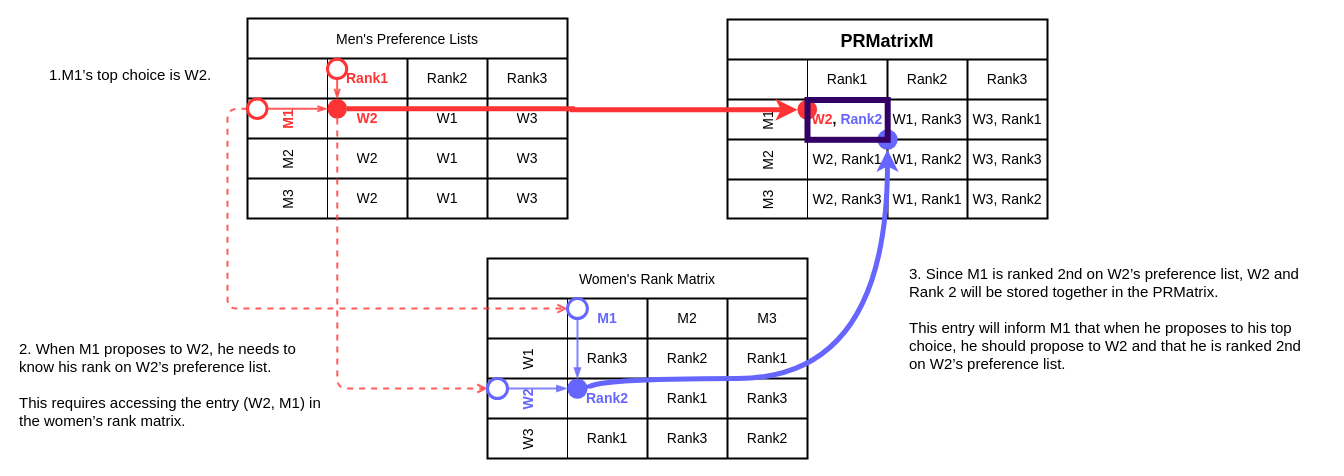
The draw.io diagram PRMatrix.drawio in victorliu-sq/BambooSMP-Figures, before the edit. Source tidied: cells renumbered, new cells numbered last; positions are measured from the earlier drawing's top-left corner, leaving out a move shared by most shapes. Both pictures are drawn from the tidied source at 100%, with x=0, y=0 at pixel (17, 18).
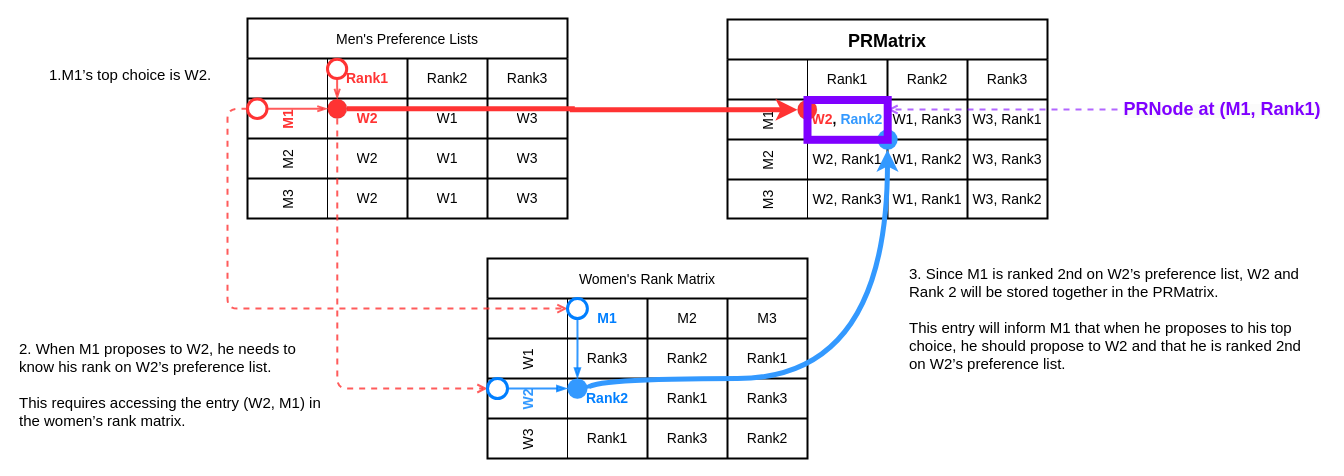
The same page after the edit.

The change refers to these unchanged cells:
```xml
<mxCell id="19" value="Women's Rank Matrix" style="shape=table;startSize=40;childLayout=tableLayout;resizeLastRow=0;fontStyle=0;fontSize=14;strokeWidth=2;" parent="1" vertex="1">
  <mxGeometry x="470" y="240" width="320" height="200" as="geometry" />
</mxCell>
<mxCell id="20" style="shape=tableRow;horizontal=0;startSize=80;swimlaneHead=0;swimlaneBody=0;strokeColor=inherit;top=0;left=0;bottom=0;right=0;fillColor=none;fontSize=14;" parent="19" vertex="1">
  <mxGeometry y="40" width="320" height="40" as="geometry" />
</mxCell>
<mxCell id="41" value="M1" style="shape=tableRow;horizontal=0;startSize=80;swimlaneHead=0;swimlaneBody=0;strokeColor=inherit;top=0;left=0;bottom=0;right=0;fillColor=none;fontSize=14;" parent="36" vertex="1">
  <mxGeometry y="80" width="320" height="40" as="geometry" />
</mxCell>
```

What changed in the source:
```diff
@@
-    <mxCell id="21" value="&lt;b&gt;&lt;font color=&quot;#6666ff&quot;&gt;M1&lt;/font&gt;&lt;/b&gt;" style="shape=partialRectangle;html=1;whiteSpace=wrap;strokeColor=inherit;overflow=hidden;fillColor=none;top=0;left=0;bottom=0;right=0;fontSize=14;" parent="20" vertex="1">
+    <mxCell id="21" value="&lt;b&gt;&lt;font color=&quot;#007fff&quot;&gt;M1&lt;/font&gt;&lt;/b&gt;" style="shape=partialRectangle;html=1;whiteSpace=wrap;strokeColor=inherit;overflow=hidden;fillColor=none;top=0;left=0;bottom=0;right=0;fontSize=14;" parent="20" vertex="1">
       <mxGeometry x="80" width="80" height="40" as="geometry" />
     </mxCell>
@@
-    <mxCell id="28" value="W2" style="shape=tableRow;horizontal=0;startSize=80;swimlaneHead=0;swimlaneBody=0;strokeColor=inherit;top=0;left=0;bottom=0;right=0;fillColor=none;fontSize=14;fontStyle=1;fontColor=#6666FF;" parent="19" vertex="1">
+    <mxCell id="28" value="W2" style="shape=tableRow;horizontal=0;startSize=80;swimlaneHead=0;swimlaneBody=0;strokeColor=inherit;top=0;left=0;bottom=0;right=0;fillColor=none;fontSize=14;fontStyle=1;fontColor=#3399FF;" parent="19" vertex="1">
       <mxGeometry y="120" width="320" height="40" as="geometry" />
     </mxCell>
-    <mxCell id="29" value="&lt;b&gt;&lt;font color=&quot;#6666ff&quot;&gt;Rank2&lt;/font&gt;&lt;/b&gt;" style="shape=partialRectangle;html=1;whiteSpace=wrap;strokeColor=inherit;overflow=hidden;fillColor=none;top=0;left=0;bottom=0;right=0;fontSize=14;" parent="28" vertex="1">
+    <mxCell id="29" value="&lt;b&gt;&lt;font color=&quot;#007fff&quot;&gt;Rank2&lt;/font&gt;&lt;/b&gt;" style="shape=partialRectangle;html=1;whiteSpace=wrap;strokeColor=inherit;overflow=hidden;fillColor=none;top=0;left=0;bottom=0;right=0;fontSize=14;" parent="28" vertex="1">
       <mxGeometry x="80" width="80" height="40" as="geometry" />
     </mxCell>
@@
-    <mxCell id="36" value="PRMatrixM" style="shape=table;startSize=40;childLayout=tableLayout;resizeLastRow=0;fontStyle=1;fontSize=18;strokeWidth=2;" parent="1" vertex="1">
+    <mxCell id="36" value="PRMatrix" style="shape=table;startSize=40;childLayout=tableLayout;resizeLastRow=0;fontStyle=1;fontSize=18;strokeWidth=2;" parent="1" vertex="1">
       <mxGeometry x="710" y="1" width="320" height="199" as="geometry" />
     </mxCell>
@@
-    <mxCell id="42" value="&lt;b&gt;&lt;font color=&quot;#ff3333&quot;&gt;W2&lt;/font&gt;,&lt;font color=&quot;#6600cc&quot;&gt; &lt;/font&gt;&lt;font color=&quot;#6666ff&quot;&gt;Rank2&lt;/font&gt;&lt;/b&gt;" style="shape=partialRectangle;html=1;whiteSpace=wrap;overflow=hidden;top=0;left=0;bottom=0;right=0;strokeColor=default;fillColor=none;fontSize=14;" parent="41" vertex="1">
+    <mxCell id="42" value="&lt;b&gt;&lt;font color=&quot;#ff3333&quot;&gt;W2&lt;/font&gt;,&lt;font color=&quot;#6600cc&quot;&gt; &lt;/font&gt;&lt;font color=&quot;#3399ff&quot;&gt;Rank2&lt;/font&gt;&lt;/b&gt;" style="shape=partialRectangle;html=1;whiteSpace=wrap;overflow=hidden;top=0;left=0;bottom=0;right=0;strokeColor=default;fillColor=none;fontSize=14;" parent="41" vertex="1">
       <mxGeometry x="80" width="80" height="40" as="geometry" />
     </mxCell>
@@
-    <mxCell id="61" style="edgeStyle=orthogonalEdgeStyle;rounded=0;jettySize=auto;html=1;exitX=0.5;exitY=1;exitDx=0;exitDy=0;entryX=0.5;entryY=0;entryDx=0;entryDy=0;strokeColor=#6666FF;strokeWidth=2;endArrow=blockThin;endFill=1;opacity=80;fontSize=14;" parent="1" edge="1" source="62" target="66">
+    <mxCell id="61" style="edgeStyle=orthogonalEdgeStyle;rounded=0;jettySize=auto;html=1;exitX=0.5;exitY=1;exitDx=0;exitDy=0;entryX=0.5;entryY=0;entryDx=0;entryDy=0;strokeColor=#007FFF;strokeWidth=2;endArrow=blockThin;endFill=1;opacity=80;fontSize=14;" parent="1" edge="1" source="62" target="66">
       <mxGeometry relative="1" as="geometry" />
     </mxCell>
-    <mxCell id="62" style="ellipse;whiteSpace=wrap;html=1;gradientColor=none;strokeWidth=3;fillColor=#FFFFFF;strokeColor=#6666FF;fontSize=14;" parent="1" vertex="1">
+    <mxCell id="62" style="ellipse;whiteSpace=wrap;html=1;gradientColor=none;strokeWidth=3;fillColor=#FFFFFF;strokeColor=#007FFF;fontSize=14;" parent="1" vertex="1">
       <mxGeometry x="550" y="280.1" width="19.9" height="19.9" as="geometry" />
     </mxCell>
-    <mxCell id="63" style="edgeStyle=orthogonalEdgeStyle;rounded=0;jettySize=auto;html=1;exitX=1;exitY=0.5;exitDx=0;exitDy=0;entryX=0;entryY=0.5;entryDx=0;entryDy=0;strokeColor=#6666FF;strokeWidth=2;endArrow=blockThin;endFill=1;opacity=80;fontSize=14;" parent="1" edge="1" source="64" target="66">
+    <mxCell id="63" style="edgeStyle=orthogonalEdgeStyle;rounded=0;jettySize=auto;html=1;exitX=1;exitY=0.5;exitDx=0;exitDy=0;entryX=0;entryY=0.5;entryDx=0;entryDy=0;strokeColor=#007FFF;strokeWidth=2;endArrow=blockThin;endFill=1;opacity=80;fontSize=14;" parent="1" edge="1" source="64" target="66">
       <mxGeometry relative="1" as="geometry" />
     </mxCell>
-    <mxCell id="64" style="ellipse;whiteSpace=wrap;html=1;strokeWidth=3;strokeColor=#6666FF;fontSize=14;" parent="1" vertex="1">
+    <mxCell id="64" style="ellipse;whiteSpace=wrap;html=1;strokeWidth=3;strokeColor=#007FFF;fontSize=14;" parent="1" vertex="1">
       <mxGeometry x="470" y="360" width="20" height="20" as="geometry" />
     </mxCell>
-    <mxCell id="65" style="edgeStyle=orthogonalEdgeStyle;rounded=0;jettySize=auto;html=1;exitX=1;exitY=0.5;exitDx=0;exitDy=0;entryX=0.5;entryY=1;entryDx=0;entryDy=0;curved=1;strokeWidth=5;strokeColor=#6666FF;" parent="1" edge="1" source="66" target="68">
+    <mxCell id="65" style="edgeStyle=orthogonalEdgeStyle;rounded=0;jettySize=auto;html=1;exitX=1;exitY=0.5;exitDx=0;exitDy=0;entryX=0.5;entryY=1;entryDx=0;entryDy=0;curved=1;strokeWidth=5;strokeColor=#3399FF;fontColor=#3399FF;" parent="1" edge="1" source="66" target="68">
       <mxGeometry relative="1" as="geometry">
         <Array as="points">
           <mxPoint x="570" y="360" />
           <mxPoint x="870" y="360" />
         </Array>
       </mxGeometry>
     </mxCell>
-    <mxCell id="66" style="ellipse;whiteSpace=wrap;html=1;gradientColor=none;strokeWidth=0;fillColor=#6666FF;fontSize=14;" parent="1" vertex="1">
+    <mxCell id="66" style="ellipse;whiteSpace=wrap;html=1;gradientColor=none;strokeWidth=0;fillColor=#3399FF;fontSize=14;strokeColor=#007FFF;" parent="1" vertex="1">
       <mxGeometry x="549.8" y="360" width="20.2" height="20.2" as="geometry" />
     </mxCell>
@@
-    <mxCell id="68" style="ellipse;whiteSpace=wrap;html=1;gradientColor=none;strokeWidth=0;fillColor=#6666FF;fontSize=14;" parent="1" vertex="1">
+    <mxCell id="68" style="ellipse;whiteSpace=wrap;html=1;gradientColor=none;strokeWidth=0;fillColor=#3399FF;fontSize=14;strokeColor=#007FFF;" parent="1" vertex="1">
       <mxGeometry x="859.9" y="111" width="20.2" height="20.2" as="geometry" />
     </mxCell>
-    <mxCell id="69" style="whiteSpace=wrap;html=1;fillColor=none;strokeWidth=6;strokeColor=#330066;fontSize=15;" parent="1" vertex="1">
+    <mxCell id="69" style="whiteSpace=wrap;html=1;fillColor=none;strokeWidth=8;strokeColor=#7F00FF;fontSize=15;" parent="1" vertex="1">
       <mxGeometry x="790" y="81.5" width="80.2" height="39.8" as="geometry" />
     </mxCell>
@@
+    <mxCell id="73" style="edgeStyle=orthogonalEdgeStyle;rounded=1;jettySize=auto;html=1;exitX=0;exitY=1;exitDx=0;exitDy=0;entryX=1;entryY=0;entryDx=0;entryDy=0;curved=0;strokeColor=none;" parent="1" edge="1" source="75" target="69">
+      <mxGeometry relative="1" as="geometry" />
+    </mxCell>
+    <mxCell id="74" style="edgeStyle=orthogonalEdgeStyle;rounded=1;jettySize=auto;html=1;exitX=0;exitY=0.5;exitDx=0;exitDy=0;strokeWidth=2;strokeColor=#7F00FF;dashed=1;endArrow=open;endFill=0;opacity=60;align=center;verticalAlign=middle;fontFamily=Helvetica;fontSize=14;fontColor=default;labelBackgroundColor=default;curved=0;" parent="1" edge="1" source="75">
+      <mxGeometry relative="1" as="geometry">
+        <mxPoint x="870" y="91" as="targetPoint" />
+        <Array as="points">
+          <mxPoint x="870" y="91" />
+        </Array>
+      </mxGeometry>
+    </mxCell>
+    <mxCell id="75" value="&lt;p&gt;&lt;b style=&quot;forced-color-adjust: none; font-style: normal; font-variant-ligatures: normal; font-variant-caps: normal; letter-spacing: normal; orphans: 2; text-indent: 0px; text-transform: none; widows: 2; word-spacing: 0px; -webkit-text-stroke-width: 0px; white-space: normal; background-color: rgb(251, 251, 251); text-decoration-thickness: initial; text-decoration-style: initial; text-decoration-color: initial;&quot;&gt;&lt;font style=&quot;forced-color-adjust: none; font-size: 18px;&quot;&gt;PRNode at (M1, Rank1)&lt;/font&gt;&lt;/b&gt;&lt;/p&gt;" style="text;whiteSpace=wrap;html=1;align=center;fontFamily=Helvetica;horizontal=1;verticalAlign=middle;fontColor=#7F00FF;" parent="1" vertex="1">
+      <mxGeometry x="1100" y="70.6" width="210" height="41.2" as="geometry" />
+    </mxCell>
```
